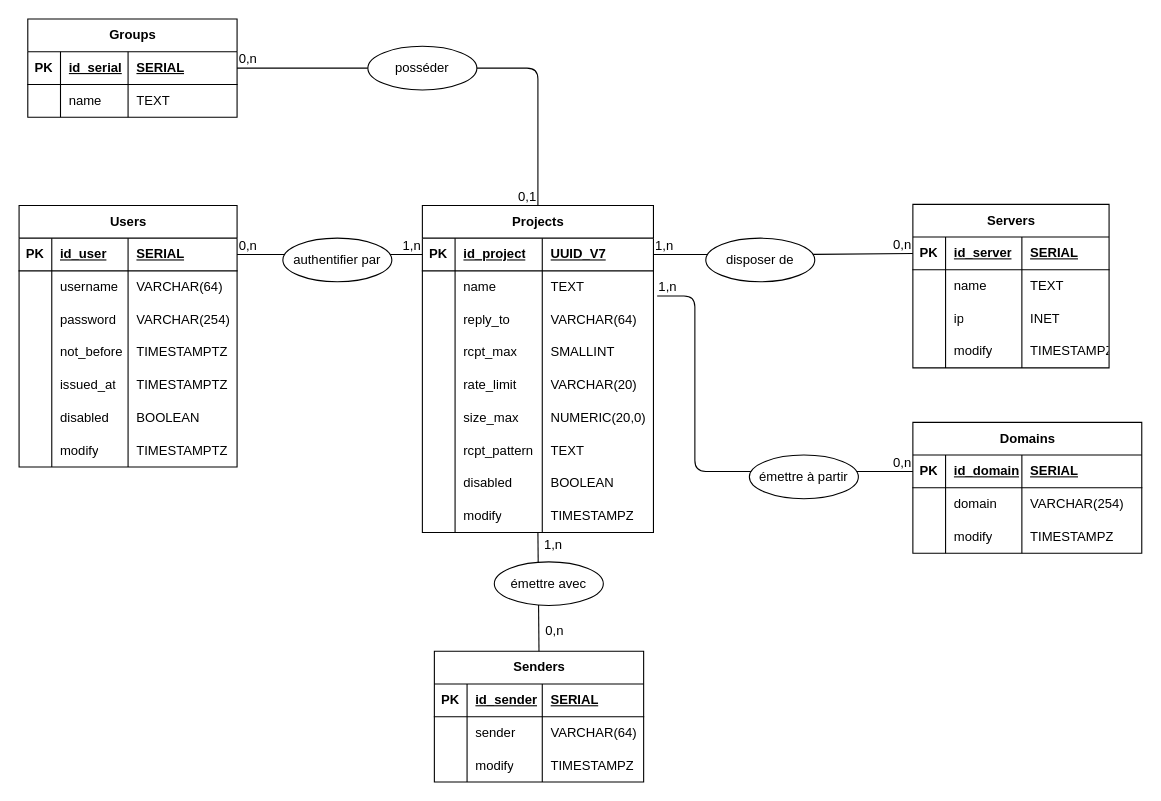
Above: Doc/mcd.drawio in matyas-cyril/appmail-badger (draw.io), before the change. Source tidied: cells renumbered, new cells numbered last; positions are measured from the earlier drawing's top-left corner, leaving out a move shared by most shapes. Both pictures are drawn from the tidied source at 109%, with x=0, y=0 at pixel (19, 19).
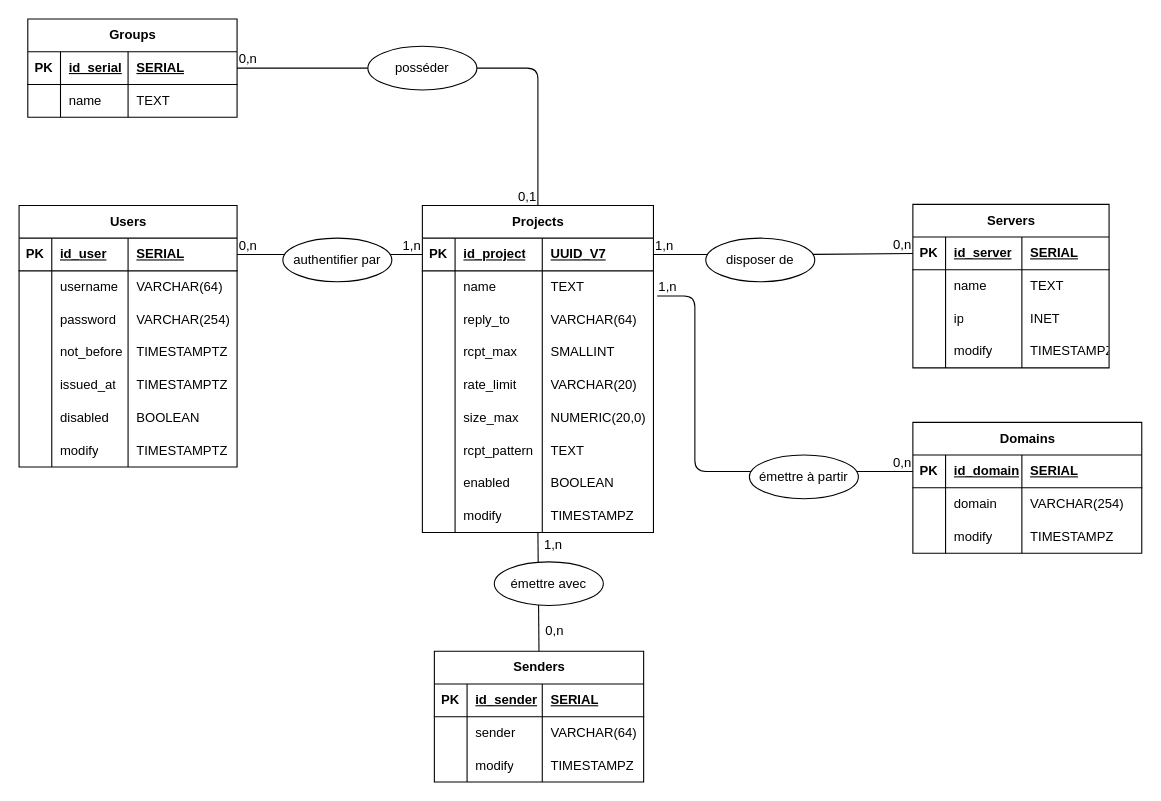
The same diagram, later.

Commit message (it also covers changes not shown here):
Correction sur le nom du champ d'activation

The change refers to these unchanged cells:
```xml
<mxCell id="31" style="shape=tableRow;horizontal=0;startSize=0;swimlaneHead=0;swimlaneBody=0;fillColor=none;top=0;left=0;right=0;bottom=0;" parent="2" vertex="1">
  <mxGeometry y="240" width="212" height="30" as="geometry" />
</mxCell>
```

Change to the diagram source:
```diff
@@
-    <mxCell id="33" value="disabled" style="shape=partialRectangle;fillColor=none;top=0;left=0;bottom=0;right=0;align=left;spacingLeft=6;overflow=hidden;whiteSpace=wrap;html=1;" parent="31" vertex="1">
+    <mxCell id="33" value="enabled" style="shape=partialRectangle;fillColor=none;top=0;left=0;bottom=0;right=0;align=left;spacingLeft=6;overflow=hidden;whiteSpace=wrap;html=1;" parent="31" vertex="1">
       <mxGeometry x="30" width="80" height="30" as="geometry" />
     </mxCell>
```
